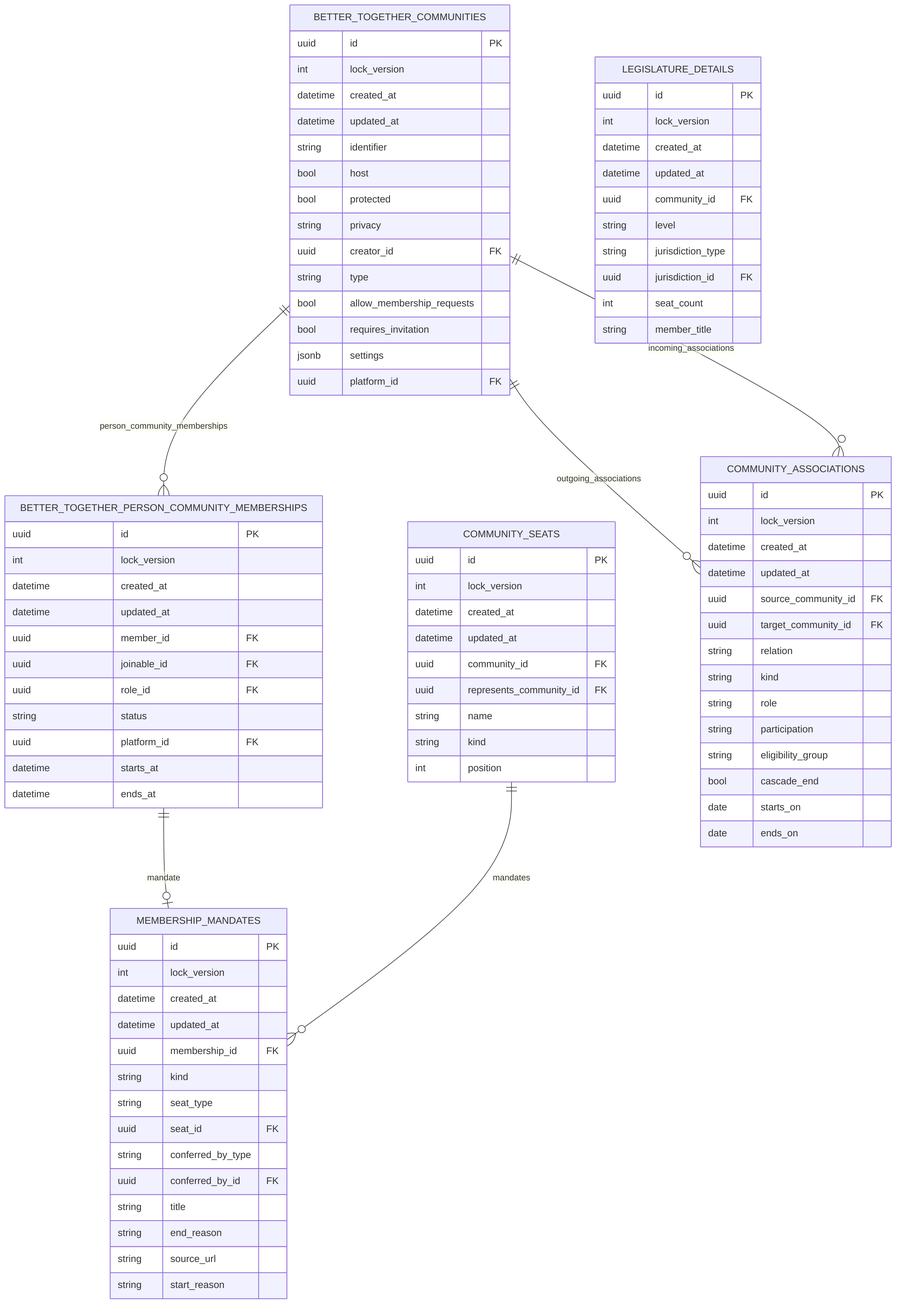
The Mermaid diagram docs/diagrams/exports/png/nlo_civic_roles_schema_erd.png in better-together-solutions/newfoundlandlabradoronline, before a commit. Its source is kept beside it as docs/diagrams/source/nlo_civic_roles_schema_erd.mmd.
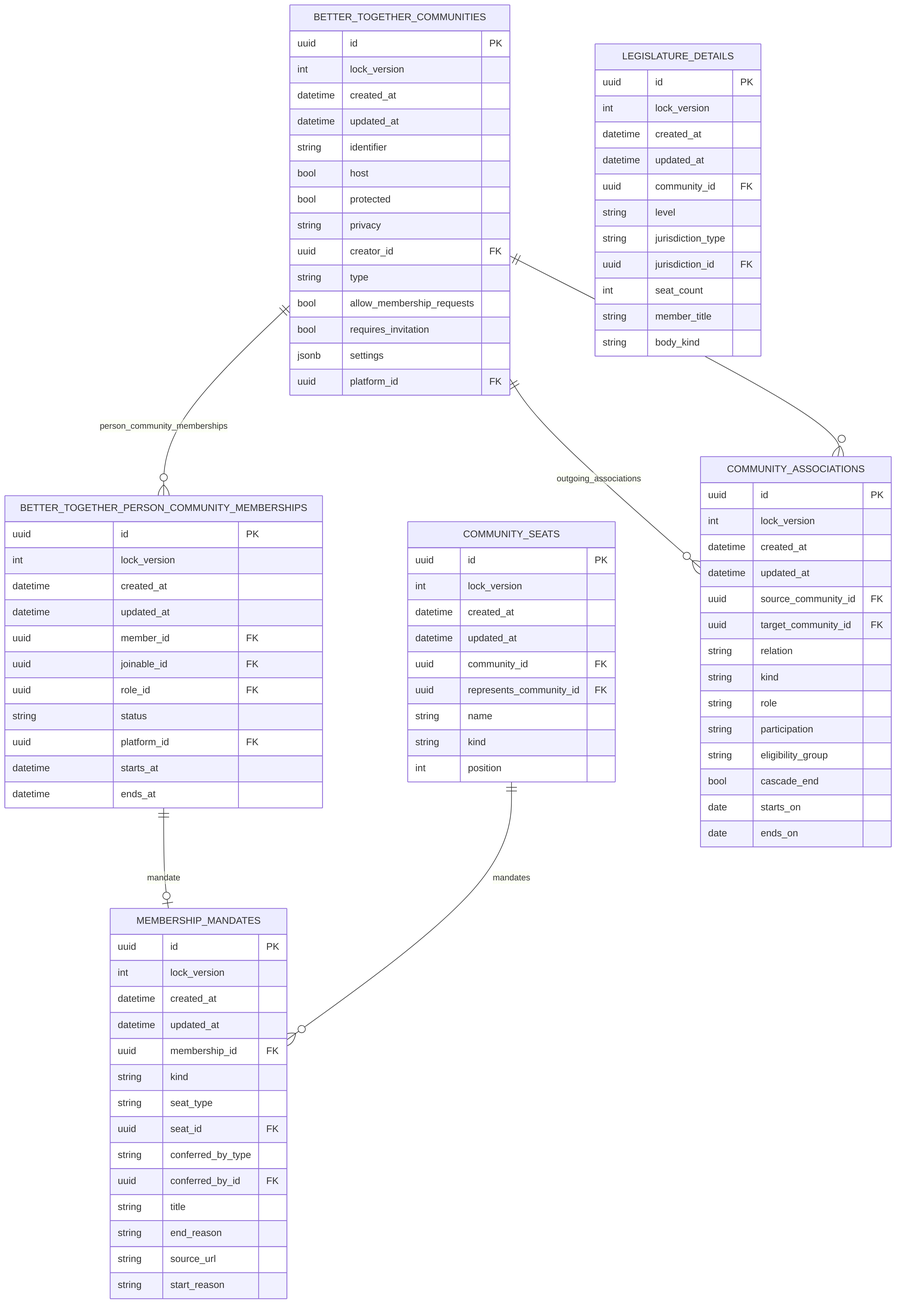
Above is the later version.

What changed in the source:
```diff
@@ -82,6 +82,7 @@
     uuid jurisdiction_id FK
     int seat_count
     string member_title
+    string body_kind
   }
   BETTER_TOGETHER_COMMUNITIES ||--o{ BETTER_TOGETHER_PERSON_COMMUNITY_MEMBERSHIPS : "person_community_memberships"
   BETTER_TOGETHER_COMMUNITIES ||--o{ COMMUNITY_ASSOCIATIONS : "outgoing_associations"
```
